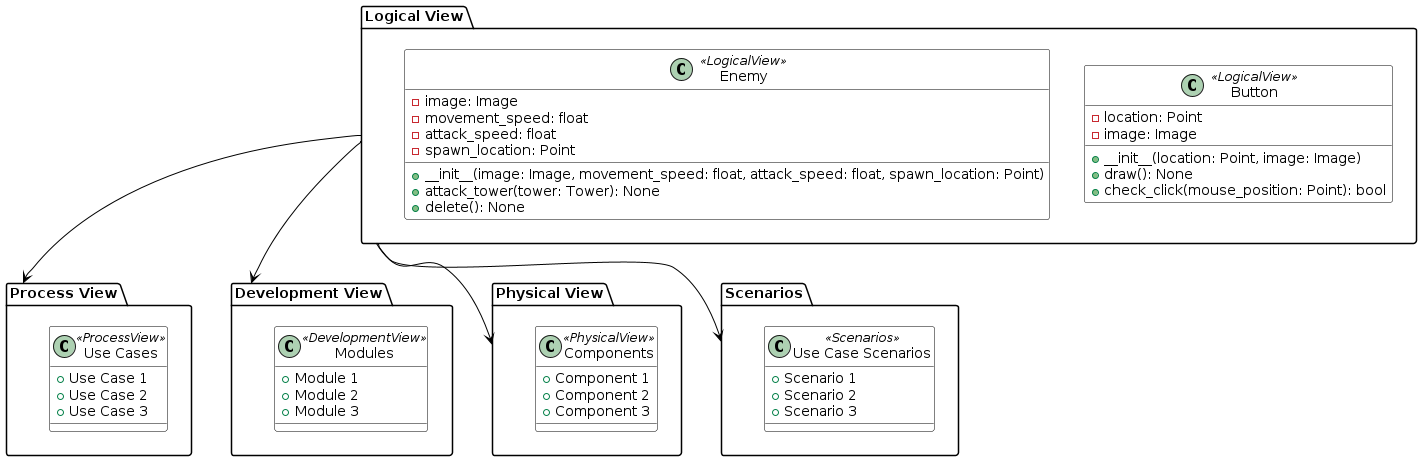
Earlier version of the PlantUML export UML/button.png (ofbartels/OOP-IdleDefense).
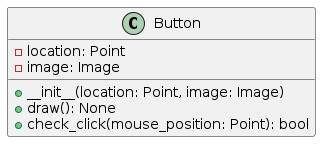
After the commit.

Commit message:
Enemy UML Diagram updated w/ changes in 4+1 diagram

Diff of the diagram source:
```diff
@@ -1,90 +1,12 @@
 @startuml
 
-!define CLASS_CLASSIFIER_TEMPLATE
-hide members
-hide methods
-skinparam class {
-    BackgroundColor White
-    BorderColor Black
-    ArrowColor Black
+class Button {
+    - location: Point
+    - image: Image
+
+    + __init__(location: Point, image: Image)
+    + draw(): None
+    + check_click(mouse_position: Point): bool
 }
 
-!define CLASS_CLASSIFIER_ATTRIBUTES
-show members
-hide methods
-
-!define CLASS_CLASSIFIER_METHODS
-hide members
-show methods
-
-!define CLASS_CLASSIFIER_NONE
-hide members
-hide methods
-
-!define CLASS_CLASSIFIER_ALL
-show members
-show methods
-
-package "Logical View" {
-    class "Button" <<LogicalView>> {
-        - location: Point
-        - image: Image
-
-        + __init__(location: Point, image: Image)
-        + draw(): None
-        + check_click(mouse_position: Point): bool
-    }
-
-    class "Enemy" <<LogicalView>> {
-        - image: Image
-        - movement_speed: float
-        - attack_speed: float
-        - spawn_location: Point
-
-        + __init__(image: Image, movement_speed: float, attack_speed: float, spawn_location: Point)
-        + attack_tower(tower: Tower): None
-        + delete(): None
-    }
-}
-
-package "Process View" {
-    class "Use Cases" <<ProcessView>> {
-        + Use Case 1
-        + Use Case 2
-        + Use Case 3
-    }
-}
-
-package "Development View" {
-    class "Modules" <<DevelopmentView>> {
-        + Module 1
-        + Module 2
-        + Module 3
-    }
-}
-
-package "Physical View" {
-    class "Components" <<PhysicalView>> {
-        + Component 1
-        + Component 2
-        + Component 3
-    }
-}
-
-package "Scenarios" {
-    class "Use Case Scenarios" <<Scenarios>> {
-        + Scenario 1
-        + Scenario 2
-        + Scenario 3
-    }
-}
-
-"Logical View" --> "Process View"
-
-"Logical View" --> "Development View"
-
-"Logical View" --> "Physical View"
-
-"Logical View" --> "Scenarios"
-
 @enduml
```
